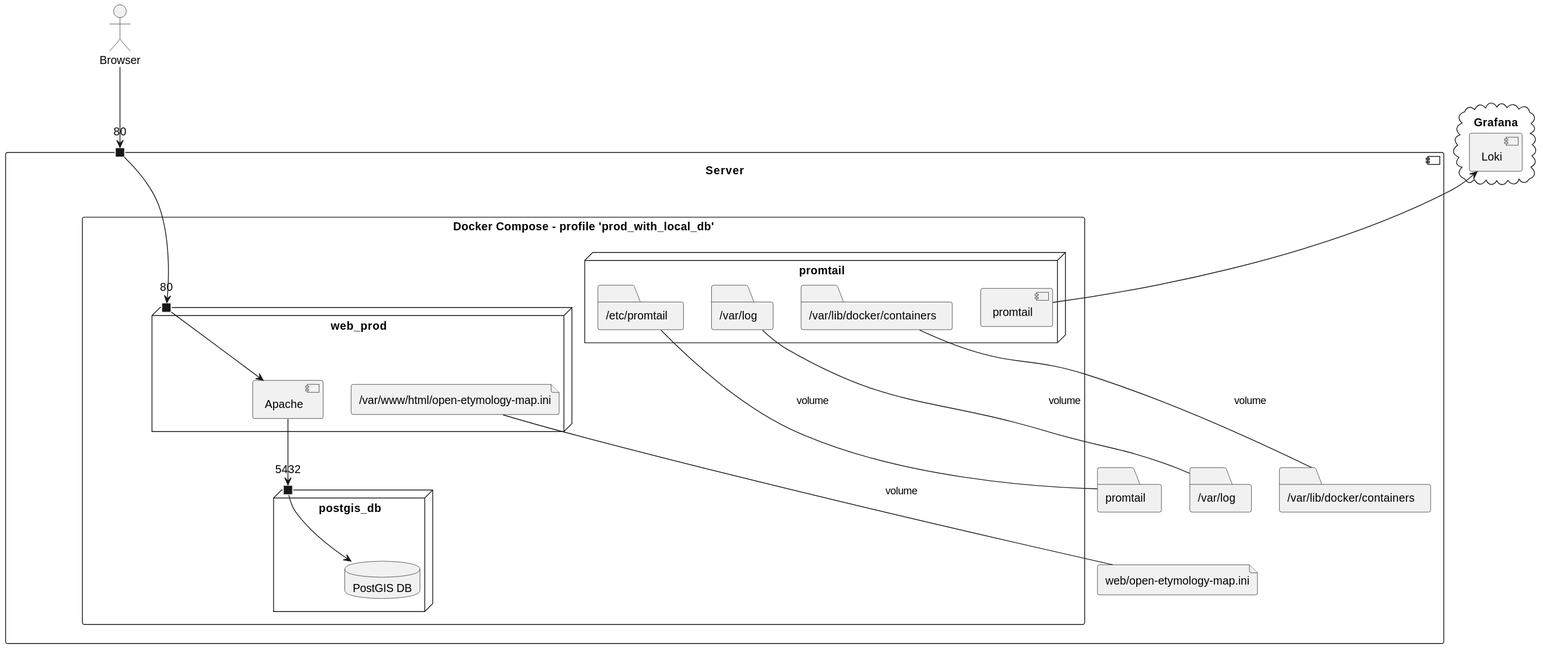
Above: images/prod_with_local_db_deployment.svg in Danysan1/osm-wikidata-map-framework (PlantUML), before the change. Its diagram source:
```plantuml
@startuml prod_with_local_db_deployment

actor Browser
component Server {
  port "80" as 80docker
  rectangle "Docker Compose - profile 'prod_with_local_db'" as docker {
    node postgis_db {
      port 5432 as 5432db
      database "PostGIS DB" as db
    }
    node promtail {
      component promtail as promInst
      folder "/etc/promtail" as promRem
      folder "/var/log" as logRem
      folder "/var/lib/docker/containers" as contRem
    }
    node web_prod {
      port "80" as 80webProd
      component Apache
      file "/var/www/html/open-etymology-map.ini" as iniRem
    }
  }
  file "web/open-etymology-map.ini" as iniLoc
  folder "promtail" as promLoc
  folder "/var/log" as logLoc
  folder "/var/lib/docker/containers" as contLoc
}
cloud Grafana {
  component Loki
}
Loki <-- promInst

iniRem --- iniLoc : volume
promRem --- promLoc : volume
logRem --- logLoc : volume
contRem --- contLoc : volume

Apache --> 5432db

Browser --> 80docker

80docker --> 80webProd

80webProd --> Apache
5432db --> db

@enduml
```
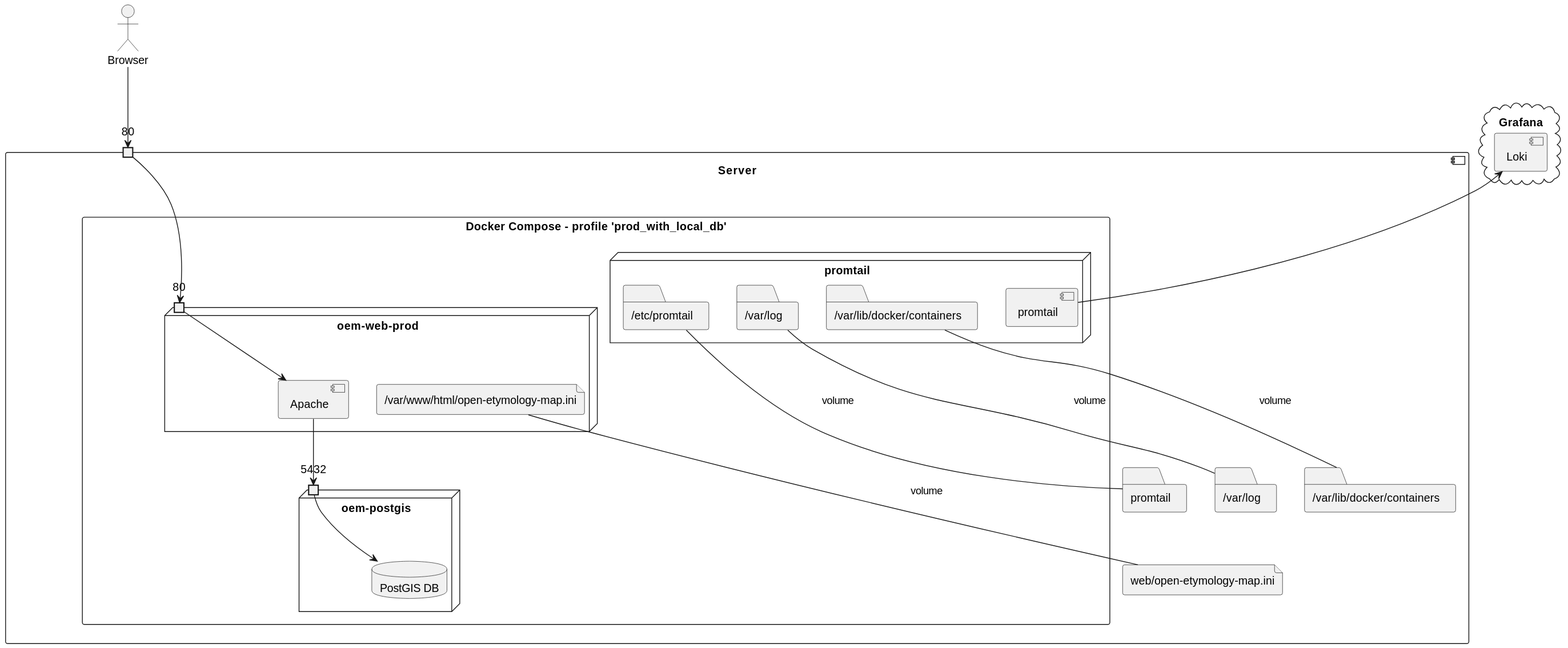
After the commit.

Change to the diagram source:
```diff
@@ -4,7 +4,7 @@
 component Server {
   port "80" as 80docker
   rectangle "Docker Compose - profile 'prod_with_local_db'" as docker {
-    node postgis_db {
+    node "oem-postgis" {
       port 5432 as 5432db
       database "PostGIS DB" as db
     }
@@ -14,7 +14,7 @@
       folder "/var/log" as logRem
       folder "/var/lib/docker/containers" as contRem
     }
-    node web_prod {
+    node "oem-web-prod" {
       port "80" as 80webProd
       component Apache
       file "/var/www/html/open-etymology-map.ini" as iniRem
```
